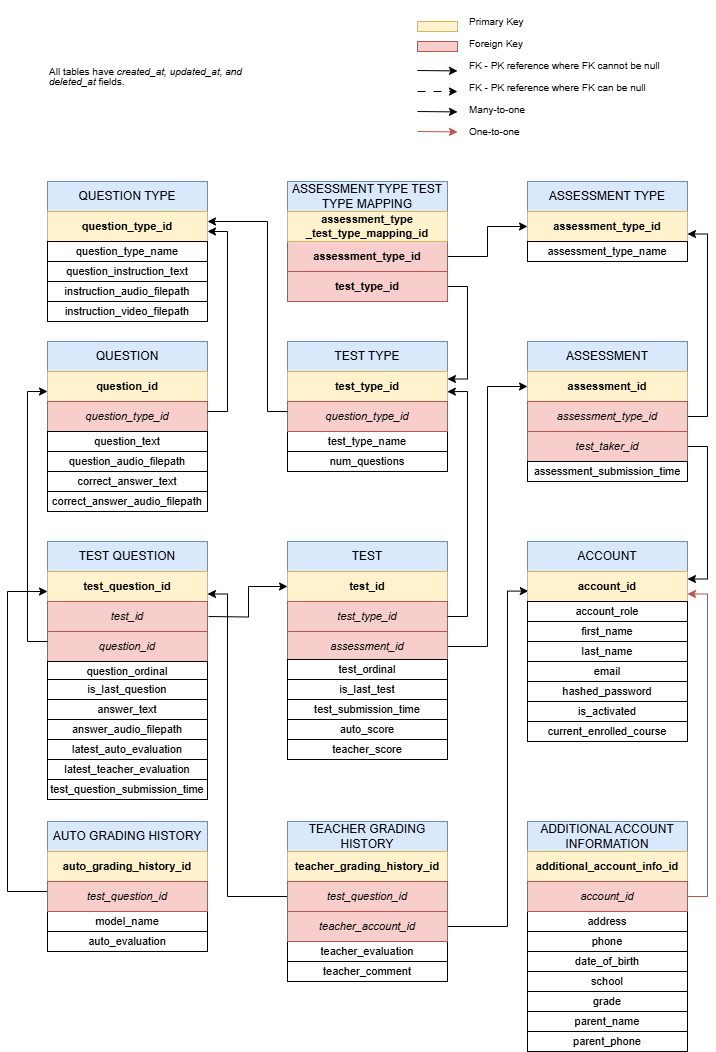
The draw.io diagram DB tables diagram.png in Halifax-Learning/documentation, before a commit. Source tidied: cells renumbered, new cells last; positions are measured from the earlier drawing's top-left corner, leaving out a move shared by most shapes.
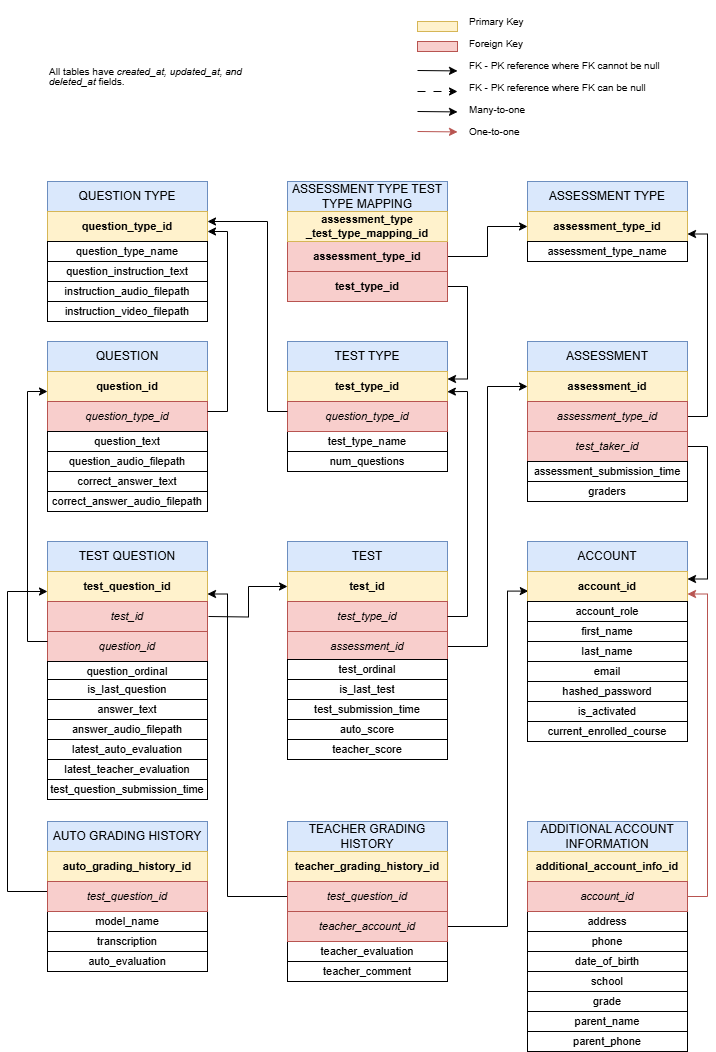
Above is the later version.

What changed in the source:
```diff
@@ -241,7 +241,7 @@
     <mxCell id="66" value="teacher_comment" style="rounded=0;whiteSpace=wrap;html=1;fontSize=11;" parent="1" vertex="1">
       <mxGeometry x="280" y="950" width="160" height="20" as="geometry" />
     </mxCell>
-    <mxCell id="67" value="auto_evaluation" style="rounded=0;whiteSpace=wrap;html=1;fontSize=11;" parent="1" vertex="1">
+    <mxCell id="67" value="transcription" style="rounded=0;whiteSpace=wrap;html=1;fontSize=11;" parent="1" vertex="1">
       <mxGeometry x="40" y="920" width="160" height="20" as="geometry" />
     </mxCell>
     <mxCell id="68" value="model_name" style="rounded=0;whiteSpace=wrap;html=1;fontSize=11;" parent="1" vertex="1">
@@ -370,5 +370,11 @@
     <mxCell id="103" value="&lt;b style=&quot;font-size: 11px;&quot;&gt;assessment_type&lt;/b&gt;&lt;div&gt;&lt;b style=&quot;background-color: initial;&quot;&gt;_test_type_mapping_id&lt;/b&gt;&lt;/div&gt;" style="rounded=0;whiteSpace=wrap;html=1;fontSize=11;fillColor=#fff2cc;strokeColor=#d6b656;" parent="1" vertex="1">
       <mxGeometry x="280" y="200" width="160" height="30" as="geometry" />
     </mxCell>
+    <mxCell id="104" value="graders" style="rounded=0;whiteSpace=wrap;html=1;fontSize=11;" parent="1" vertex="1">
+      <mxGeometry x="520" y="470" width="160" height="20" as="geometry" />
+    </mxCell>
+    <mxCell id="105" value="auto_evaluation" style="rounded=0;whiteSpace=wrap;html=1;fontSize=11;" parent="1" vertex="1">
+      <mxGeometry x="40" y="940" width="160" height="20" as="geometry" />
+    </mxCell>
   </root>
 </mxGraphModel>
```
